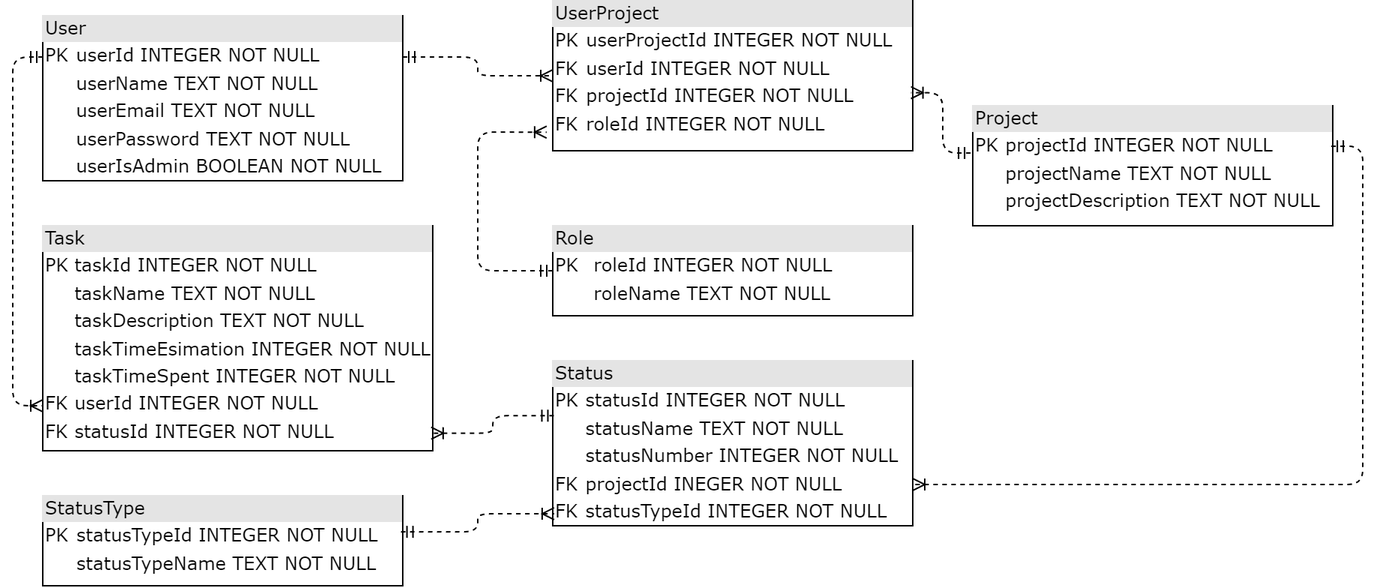
aVorotnikov/thunder_board keeps this draw.io diagram as docs/database.png. Above is the earlier version. Source tidied: cells renumbered, new cells last; positions are measured from the earlier drawing's top-left corner, leaving out a move shared by most shapes.
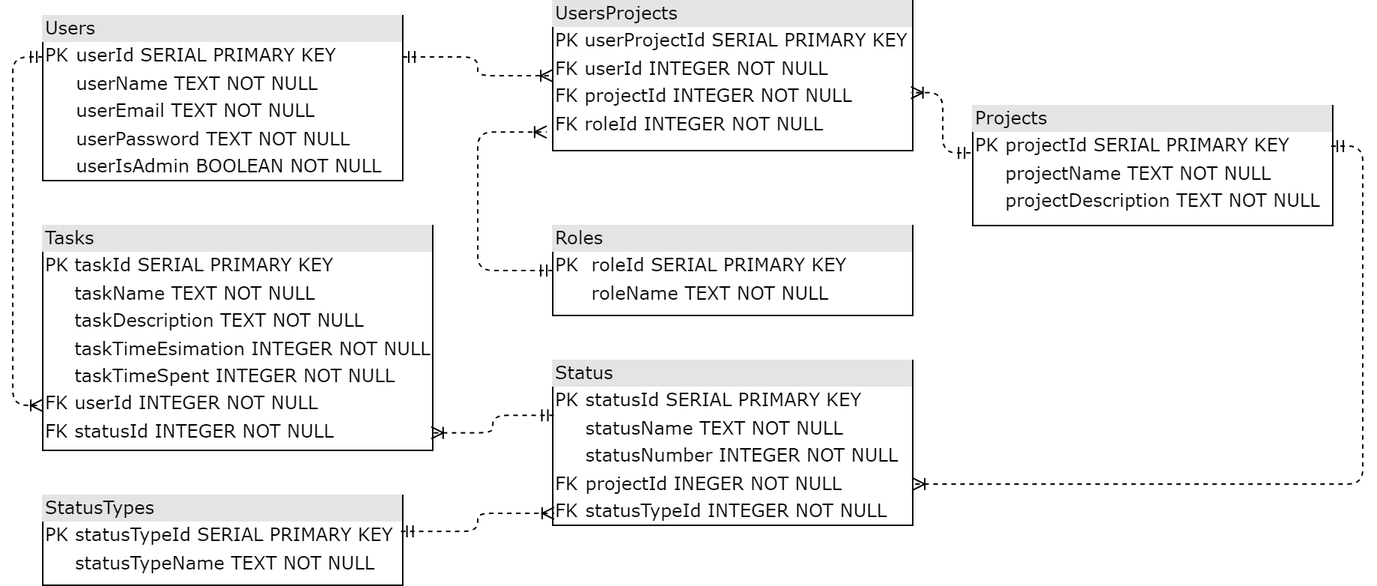
Above is the later version.

Commit message:
Обновлена схема

Diff of the diagram source:
```diff
@@ -2,13 +2,13 @@
   <root>
     <mxCell id="0" />
     <mxCell id="1" parent="0" />
-    <mxCell id="2" value="&lt;div style=&quot;box-sizing: border-box ; width: 100% ; background: #e4e4e4 ; padding: 2px&quot;&gt;User&lt;/div&gt;&lt;table style=&quot;width: 100% ; font-size: 1em&quot; cellpadding=&quot;2&quot; cellspacing=&quot;0&quot;&gt;&lt;tbody&gt;&lt;tr&gt;&lt;td&gt;PK&lt;/td&gt;&lt;td&gt;userId INTEGER NOT NULL&lt;/td&gt;&lt;/tr&gt;&lt;tr&gt;&lt;td&gt;&lt;br&gt;&lt;/td&gt;&lt;td&gt;userName TEXT NOT NULL&lt;/td&gt;&lt;/tr&gt;&lt;tr&gt;&lt;td&gt;&lt;br&gt;&lt;/td&gt;&lt;td&gt;userEmail TEXT NOT NULL&lt;/td&gt;&lt;/tr&gt;&lt;tr&gt;&lt;td&gt;&lt;/td&gt;&lt;td&gt;userPassword TEXT NOT NULL&lt;/td&gt;&lt;/tr&gt;&lt;tr&gt;&lt;td&gt;&lt;br&gt;&lt;/td&gt;&lt;td&gt;userIsAdmin BOOLEAN NOT NULL&lt;br&gt;&lt;/td&gt;&lt;/tr&gt;&lt;/tbody&gt;&lt;/table&gt;" style="verticalAlign=top;align=left;overflow=fill;html=1;rounded=0;shadow=0;comic=0;labelBackgroundColor=none;strokeWidth=1;fontFamily=Verdana;fontSize=12;" parent="1" vertex="1">
+    <mxCell id="2" value="&lt;div style=&quot;box-sizing: border-box ; width: 100% ; background: #e4e4e4 ; padding: 2px&quot;&gt;Users&lt;/div&gt;&lt;table style=&quot;width: 100% ; font-size: 1em&quot; cellpadding=&quot;2&quot; cellspacing=&quot;0&quot;&gt;&lt;tbody&gt;&lt;tr&gt;&lt;td&gt;PK&lt;/td&gt;&lt;td&gt;userId&amp;nbsp;SERIAL PRIMARY KEY&lt;/td&gt;&lt;/tr&gt;&lt;tr&gt;&lt;td&gt;&lt;br&gt;&lt;/td&gt;&lt;td&gt;userName TEXT NOT NULL&lt;/td&gt;&lt;/tr&gt;&lt;tr&gt;&lt;td&gt;&lt;br&gt;&lt;/td&gt;&lt;td&gt;userEmail TEXT NOT NULL&lt;/td&gt;&lt;/tr&gt;&lt;tr&gt;&lt;td&gt;&lt;/td&gt;&lt;td&gt;userPassword TEXT NOT NULL&lt;/td&gt;&lt;/tr&gt;&lt;tr&gt;&lt;td&gt;&lt;br&gt;&lt;/td&gt;&lt;td&gt;userIsAdmin BOOLEAN NOT NULL&lt;br&gt;&lt;/td&gt;&lt;/tr&gt;&lt;/tbody&gt;&lt;/table&gt;" style="verticalAlign=top;align=left;overflow=fill;html=1;rounded=0;shadow=0;comic=0;labelBackgroundColor=none;strokeWidth=1;fontFamily=Verdana;fontSize=12;" parent="1" vertex="1">
       <mxGeometry x="20" y="10" width="240" height="110" as="geometry" />
     </mxCell>
-    <mxCell id="3" value="&lt;div style=&quot;box-sizing: border-box ; width: 100% ; background: #e4e4e4 ; padding: 2px&quot;&gt;Project&lt;/div&gt;&lt;table style=&quot;width: 100% ; font-size: 1em&quot; cellpadding=&quot;2&quot; cellspacing=&quot;0&quot;&gt;&lt;tbody&gt;&lt;tr&gt;&lt;td&gt;PK&lt;/td&gt;&lt;td&gt;projectId INTEGER NOT NULL&lt;/td&gt;&lt;/tr&gt;&lt;tr&gt;&lt;td&gt;&lt;br&gt;&lt;/td&gt;&lt;td&gt;projectName TEXT NOT NULL&lt;/td&gt;&lt;/tr&gt;&lt;tr&gt;&lt;td&gt;&lt;/td&gt;&lt;td&gt;projectDescription TEXT NOT NULL&lt;/td&gt;&lt;/tr&gt;&lt;tr&gt;&lt;td&gt;&lt;br&gt;&lt;/td&gt;&lt;td&gt;&lt;br&gt;&lt;/td&gt;&lt;/tr&gt;&lt;/tbody&gt;&lt;/table&gt;" style="verticalAlign=top;align=left;overflow=fill;html=1;rounded=0;shadow=0;comic=0;labelBackgroundColor=none;strokeWidth=1;fontFamily=Verdana;fontSize=12;" parent="1" vertex="1">
+    <mxCell id="3" value="&lt;div style=&quot;box-sizing: border-box ; width: 100% ; background: #e4e4e4 ; padding: 2px&quot;&gt;Projects&lt;/div&gt;&lt;table style=&quot;width: 100% ; font-size: 1em&quot; cellpadding=&quot;2&quot; cellspacing=&quot;0&quot;&gt;&lt;tbody&gt;&lt;tr&gt;&lt;td&gt;PK&lt;/td&gt;&lt;td&gt;projectId SERIAL PRIMARY KEY&lt;/td&gt;&lt;/tr&gt;&lt;tr&gt;&lt;td&gt;&lt;br&gt;&lt;/td&gt;&lt;td&gt;projectName TEXT NOT NULL&lt;/td&gt;&lt;/tr&gt;&lt;tr&gt;&lt;td&gt;&lt;/td&gt;&lt;td&gt;projectDescription TEXT NOT NULL&lt;/td&gt;&lt;/tr&gt;&lt;tr&gt;&lt;td&gt;&lt;br&gt;&lt;/td&gt;&lt;td&gt;&lt;br&gt;&lt;/td&gt;&lt;/tr&gt;&lt;/tbody&gt;&lt;/table&gt;" style="verticalAlign=top;align=left;overflow=fill;html=1;rounded=0;shadow=0;comic=0;labelBackgroundColor=none;strokeWidth=1;fontFamily=Verdana;fontSize=12;" parent="1" vertex="1">
       <mxGeometry x="640" y="70" width="240" height="80" as="geometry" />
     </mxCell>
-    <mxCell id="4" value="&lt;div style=&quot;box-sizing: border-box ; width: 100% ; background: #e4e4e4 ; padding: 2px&quot;&gt;UserProject&lt;/div&gt;&lt;table style=&quot;width: 100% ; font-size: 1em&quot; cellpadding=&quot;2&quot; cellspacing=&quot;0&quot;&gt;&lt;tbody&gt;&lt;tr&gt;&lt;td&gt;PK&lt;/td&gt;&lt;td&gt;userProjectId INTEGER NOT NULL&lt;/td&gt;&lt;/tr&gt;&lt;tr&gt;&lt;td&gt;FK&lt;/td&gt;&lt;td&gt;userId INTEGER NOT NULL&lt;/td&gt;&lt;/tr&gt;&lt;tr&gt;&lt;td&gt;FK&lt;/td&gt;&lt;td&gt;projectId INTEGER NOT NULL&lt;/td&gt;&lt;/tr&gt;&lt;tr&gt;&lt;td&gt;FK&lt;br&gt;&lt;/td&gt;&lt;td&gt;roleId INTEGER NOT NULL&lt;br&gt;&lt;/td&gt;&lt;/tr&gt;&lt;/tbody&gt;&lt;/table&gt;" style="verticalAlign=top;align=left;overflow=fill;html=1;rounded=0;shadow=0;comic=0;labelBackgroundColor=none;strokeWidth=1;fontFamily=Verdana;fontSize=12;" parent="1" vertex="1">
+    <mxCell id="4" value="&lt;div style=&quot;box-sizing: border-box ; width: 100% ; background: #e4e4e4 ; padding: 2px&quot;&gt;UsersProjects&lt;/div&gt;&lt;table style=&quot;width: 100% ; font-size: 1em&quot; cellpadding=&quot;2&quot; cellspacing=&quot;0&quot;&gt;&lt;tbody&gt;&lt;tr&gt;&lt;td&gt;PK&lt;/td&gt;&lt;td&gt;userProjectId SERIAL PRIMARY KEY&lt;/td&gt;&lt;/tr&gt;&lt;tr&gt;&lt;td&gt;FK&lt;/td&gt;&lt;td&gt;userId INTEGER NOT NULL&lt;/td&gt;&lt;/tr&gt;&lt;tr&gt;&lt;td&gt;FK&lt;/td&gt;&lt;td&gt;projectId INTEGER NOT NULL&lt;/td&gt;&lt;/tr&gt;&lt;tr&gt;&lt;td&gt;FK&lt;br&gt;&lt;/td&gt;&lt;td&gt;roleId INTEGER NOT NULL&lt;br&gt;&lt;/td&gt;&lt;/tr&gt;&lt;/tbody&gt;&lt;/table&gt;" style="verticalAlign=top;align=left;overflow=fill;html=1;rounded=0;shadow=0;comic=0;labelBackgroundColor=none;strokeWidth=1;fontFamily=Verdana;fontSize=12;" parent="1" vertex="1">
       <mxGeometry x="360" width="240" height="100" as="geometry" />
     </mxCell>
     <mxCell id="5" style="edgeStyle=orthogonalEdgeStyle;html=1;dashed=1;labelBackgroundColor=none;startArrow=ERmandOne;endArrow=ERoneToMany;fontFamily=Verdana;fontSize=12;align=left;entryX=0;entryY=0.5;entryDx=0;entryDy=0;exitX=1;exitY=0.25;exitDx=0;exitDy=0;" parent="1" edge="1" source="2" target="4">
@@ -17,7 +17,7 @@
     <mxCell id="6" style="edgeStyle=orthogonalEdgeStyle;html=1;dashed=1;labelBackgroundColor=none;startArrow=ERmandOne;endArrow=ERoneToMany;fontFamily=Verdana;fontSize=12;align=left;entryX=0.995;entryY=0.613;entryDx=0;entryDy=0;exitX=-0.006;exitY=0.394;exitDx=0;exitDy=0;exitPerimeter=0;entryPerimeter=0;" parent="1" edge="1" source="3" target="4">
       <mxGeometry relative="1" as="geometry" />
     </mxCell>
-    <mxCell id="7" value="&lt;div style=&quot;box-sizing: border-box ; width: 100% ; background: #e4e4e4 ; padding: 2px&quot;&gt;Role&lt;/div&gt;&lt;table style=&quot;width: 100% ; font-size: 1em&quot; cellpadding=&quot;2&quot; cellspacing=&quot;0&quot;&gt;&lt;tbody&gt;&lt;tr&gt;&lt;td&gt;PK&lt;/td&gt;&lt;td&gt;roleId INTEGER NOT NULL&lt;/td&gt;&lt;/tr&gt;&lt;tr&gt;&lt;td&gt;&lt;br&gt;&lt;/td&gt;&lt;td&gt;roleName TEXT NOT NULL&lt;/td&gt;&lt;/tr&gt;&lt;tr&gt;&lt;td&gt;&lt;/td&gt;&lt;td&gt;&lt;/td&gt;&lt;/tr&gt;&lt;/tbody&gt;&lt;/table&gt;" style="verticalAlign=top;align=left;overflow=fill;html=1;rounded=0;shadow=0;comic=0;labelBackgroundColor=none;strokeWidth=1;fontFamily=Verdana;fontSize=12;" parent="1" vertex="1">
+    <mxCell id="7" value="&lt;div style=&quot;box-sizing: border-box ; width: 100% ; background: #e4e4e4 ; padding: 2px&quot;&gt;Roles&lt;/div&gt;&lt;table style=&quot;width: 100% ; font-size: 1em&quot; cellpadding=&quot;2&quot; cellspacing=&quot;0&quot;&gt;&lt;tbody&gt;&lt;tr&gt;&lt;td&gt;PK&lt;/td&gt;&lt;td&gt;roleId SERIAL PRIMARY KEY&lt;/td&gt;&lt;/tr&gt;&lt;tr&gt;&lt;td&gt;&lt;br&gt;&lt;/td&gt;&lt;td&gt;roleName TEXT NOT NULL&lt;/td&gt;&lt;/tr&gt;&lt;tr&gt;&lt;td&gt;&lt;/td&gt;&lt;td&gt;&lt;/td&gt;&lt;/tr&gt;&lt;/tbody&gt;&lt;/table&gt;" style="verticalAlign=top;align=left;overflow=fill;html=1;rounded=0;shadow=0;comic=0;labelBackgroundColor=none;strokeWidth=1;fontFamily=Verdana;fontSize=12;" parent="1" vertex="1">
       <mxGeometry x="360" y="150" width="240" height="60" as="geometry" />
     </mxCell>
     <mxCell id="8" style="edgeStyle=orthogonalEdgeStyle;html=1;dashed=1;labelBackgroundColor=none;startArrow=ERmandOne;endArrow=ERoneToMany;fontFamily=Verdana;fontSize=12;align=left;entryX=-0.017;entryY=0.876;entryDx=0;entryDy=0;exitX=0;exitY=0.5;exitDx=0;exitDy=0;entryPerimeter=0;" parent="1" edge="1" source="7" target="4">
@@ -28,7 +28,7 @@
         </Array>
       </mxGeometry>
     </mxCell>
-    <mxCell id="9" value="&lt;div style=&quot;box-sizing: border-box ; width: 100% ; background: #e4e4e4 ; padding: 2px&quot;&gt;Task&lt;/div&gt;&lt;table style=&quot;width: 100% ; font-size: 1em&quot; cellpadding=&quot;2&quot; cellspacing=&quot;0&quot;&gt;&lt;tbody&gt;&lt;tr&gt;&lt;td&gt;PK&lt;/td&gt;&lt;td&gt;taskId INTEGER NOT NULL&lt;/td&gt;&lt;/tr&gt;&lt;tr&gt;&lt;td&gt;&lt;br&gt;&lt;/td&gt;&lt;td&gt;taskName TEXT NOT NULL&lt;/td&gt;&lt;/tr&gt;&lt;tr&gt;&lt;td&gt;&lt;/td&gt;&lt;td&gt;taskDescription TEXT NOT NULL&lt;br&gt;&lt;/td&gt;&lt;/tr&gt;&lt;tr&gt;&lt;td&gt;&lt;br&gt;&lt;/td&gt;&lt;td&gt;taskTimeEsimation INTEGER NOT NULL&lt;br&gt;&lt;/td&gt;&lt;/tr&gt;&lt;tr&gt;&lt;td&gt;&lt;br&gt;&lt;/td&gt;&lt;td&gt;taskTimeSpent INTEGER NOT NULL&lt;br&gt;&lt;/td&gt;&lt;/tr&gt;&lt;tr&gt;&lt;td&gt;FK&lt;/td&gt;&lt;td&gt;userId INTEGER NOT NULL&lt;/td&gt;&lt;/tr&gt;&lt;tr&gt;&lt;td&gt;FK&lt;/td&gt;&lt;td&gt;statusId INTEGER NOT NULL&lt;/td&gt;&lt;/tr&gt;&lt;/tbody&gt;&lt;/table&gt;" style="verticalAlign=top;align=left;overflow=fill;html=1;rounded=0;shadow=0;comic=0;labelBackgroundColor=none;strokeWidth=1;fontFamily=Verdana;fontSize=12;" parent="1" vertex="1">
+    <mxCell id="9" value="&lt;div style=&quot;box-sizing: border-box ; width: 100% ; background: #e4e4e4 ; padding: 2px&quot;&gt;Tasks&lt;/div&gt;&lt;table style=&quot;width: 100% ; font-size: 1em&quot; cellpadding=&quot;2&quot; cellspacing=&quot;0&quot;&gt;&lt;tbody&gt;&lt;tr&gt;&lt;td&gt;PK&lt;/td&gt;&lt;td&gt;taskId SERIAL PRIMARY KEY&lt;/td&gt;&lt;/tr&gt;&lt;tr&gt;&lt;td&gt;&lt;br&gt;&lt;/td&gt;&lt;td&gt;taskName TEXT NOT NULL&lt;/td&gt;&lt;/tr&gt;&lt;tr&gt;&lt;td&gt;&lt;/td&gt;&lt;td&gt;taskDescription TEXT NOT NULL&lt;br&gt;&lt;/td&gt;&lt;/tr&gt;&lt;tr&gt;&lt;td&gt;&lt;br&gt;&lt;/td&gt;&lt;td&gt;taskTimeEsimation INTEGER NOT NULL&lt;br&gt;&lt;/td&gt;&lt;/tr&gt;&lt;tr&gt;&lt;td&gt;&lt;br&gt;&lt;/td&gt;&lt;td&gt;taskTimeSpent INTEGER NOT NULL&lt;br&gt;&lt;/td&gt;&lt;/tr&gt;&lt;tr&gt;&lt;td&gt;FK&lt;/td&gt;&lt;td&gt;userId INTEGER NOT NULL&lt;/td&gt;&lt;/tr&gt;&lt;tr&gt;&lt;td&gt;FK&lt;/td&gt;&lt;td&gt;statusId INTEGER NOT NULL&lt;/td&gt;&lt;/tr&gt;&lt;/tbody&gt;&lt;/table&gt;" style="verticalAlign=top;align=left;overflow=fill;html=1;rounded=0;shadow=0;comic=0;labelBackgroundColor=none;strokeWidth=1;fontFamily=Verdana;fontSize=12;" parent="1" vertex="1">
       <mxGeometry x="20" y="150" width="260" height="150" as="geometry" />
     </mxCell>
     <mxCell id="10" style="edgeStyle=orthogonalEdgeStyle;html=1;dashed=1;labelBackgroundColor=none;startArrow=ERmandOne;endArrow=ERoneToMany;fontFamily=Verdana;fontSize=12;align=left;exitX=0;exitY=0.25;exitDx=0;exitDy=0;" parent="1" edge="1" source="2" target="9">
@@ -39,10 +39,10 @@
         </Array>
       </mxGeometry>
     </mxCell>
-    <mxCell id="11" value="&lt;div style=&quot;box-sizing: border-box ; width: 100% ; background: #e4e4e4 ; padding: 2px&quot;&gt;Status&lt;/div&gt;&lt;table style=&quot;width: 100% ; font-size: 1em&quot; cellpadding=&quot;2&quot; cellspacing=&quot;0&quot;&gt;&lt;tbody&gt;&lt;tr&gt;&lt;td&gt;PK&lt;/td&gt;&lt;td&gt;statusId INTEGER NOT NULL&lt;/td&gt;&lt;/tr&gt;&lt;tr&gt;&lt;td&gt;&lt;br&gt;&lt;/td&gt;&lt;td&gt;statusName TEXT NOT NULL&lt;/td&gt;&lt;/tr&gt;&lt;tr&gt;&lt;td&gt;&lt;br&gt;&lt;/td&gt;&lt;td&gt;statusNumber INTEGER NOT NULL&lt;/td&gt;&lt;/tr&gt;&lt;tr&gt;&lt;td&gt;FK&lt;/td&gt;&lt;td&gt;projectId INEGER NOT NULL&lt;/td&gt;&lt;/tr&gt;&lt;tr&gt;&lt;td&gt;FK&lt;/td&gt;&lt;td&gt;statusTypeId INTEGER NOT NULL&lt;/td&gt;&lt;/tr&gt;&lt;/tbody&gt;&lt;/table&gt;" style="verticalAlign=top;align=left;overflow=fill;html=1;rounded=0;shadow=0;comic=0;labelBackgroundColor=none;strokeWidth=1;fontFamily=Verdana;fontSize=12;" parent="1" vertex="1">
+    <mxCell id="11" value="&lt;div style=&quot;box-sizing: border-box ; width: 100% ; background: #e4e4e4 ; padding: 2px&quot;&gt;Status&lt;/div&gt;&lt;table style=&quot;width: 100% ; font-size: 1em&quot; cellpadding=&quot;2&quot; cellspacing=&quot;0&quot;&gt;&lt;tbody&gt;&lt;tr&gt;&lt;td&gt;PK&lt;/td&gt;&lt;td&gt;statusId SERIAL PRIMARY KEY&lt;/td&gt;&lt;/tr&gt;&lt;tr&gt;&lt;td&gt;&lt;br&gt;&lt;/td&gt;&lt;td&gt;statusName TEXT NOT NULL&lt;/td&gt;&lt;/tr&gt;&lt;tr&gt;&lt;td&gt;&lt;br&gt;&lt;/td&gt;&lt;td&gt;statusNumber INTEGER NOT NULL&lt;/td&gt;&lt;/tr&gt;&lt;tr&gt;&lt;td&gt;FK&lt;/td&gt;&lt;td&gt;projectId INEGER NOT NULL&lt;/td&gt;&lt;/tr&gt;&lt;tr&gt;&lt;td&gt;FK&lt;/td&gt;&lt;td&gt;statusTypeId INTEGER NOT NULL&lt;/td&gt;&lt;/tr&gt;&lt;/tbody&gt;&lt;/table&gt;" style="verticalAlign=top;align=left;overflow=fill;html=1;rounded=0;shadow=0;comic=0;labelBackgroundColor=none;strokeWidth=1;fontFamily=Verdana;fontSize=12;" parent="1" vertex="1">
       <mxGeometry x="360" y="240" width="240" height="110" as="geometry" />
     </mxCell>
-    <mxCell id="12" value="&lt;div style=&quot;box-sizing: border-box ; width: 100% ; background: #e4e4e4 ; padding: 2px&quot;&gt;StatusType&lt;/div&gt;&lt;table style=&quot;width: 100% ; font-size: 1em&quot; cellpadding=&quot;2&quot; cellspacing=&quot;0&quot;&gt;&lt;tbody&gt;&lt;tr&gt;&lt;td&gt;PK&lt;/td&gt;&lt;td&gt;statusTypeId INTEGER NOT NULL&lt;/td&gt;&lt;/tr&gt;&lt;tr&gt;&lt;td&gt;&lt;br&gt;&lt;/td&gt;&lt;td&gt;statusTypeName TEXT NOT NULL&lt;/td&gt;&lt;/tr&gt;&lt;tr&gt;&lt;td&gt;&lt;/td&gt;&lt;td&gt;&lt;/td&gt;&lt;/tr&gt;&lt;/tbody&gt;&lt;/table&gt;" style="verticalAlign=top;align=left;overflow=fill;html=1;rounded=0;shadow=0;comic=0;labelBackgroundColor=none;strokeWidth=1;fontFamily=Verdana;fontSize=12;" parent="1" vertex="1">
+    <mxCell id="12" value="&lt;div style=&quot;box-sizing: border-box ; width: 100% ; background: #e4e4e4 ; padding: 2px&quot;&gt;StatusTypes&lt;/div&gt;&lt;table style=&quot;width: 100% ; font-size: 1em&quot; cellpadding=&quot;2&quot; cellspacing=&quot;0&quot;&gt;&lt;tbody&gt;&lt;tr&gt;&lt;td&gt;PK&lt;/td&gt;&lt;td&gt;statusTypeId SERIAL PRIMARY KEY&lt;/td&gt;&lt;/tr&gt;&lt;tr&gt;&lt;td&gt;&lt;br&gt;&lt;/td&gt;&lt;td&gt;statusTypeName TEXT NOT NULL&lt;/td&gt;&lt;/tr&gt;&lt;tr&gt;&lt;td&gt;&lt;/td&gt;&lt;td&gt;&lt;/td&gt;&lt;/tr&gt;&lt;/tbody&gt;&lt;/table&gt;" style="verticalAlign=top;align=left;overflow=fill;html=1;rounded=0;shadow=0;comic=0;labelBackgroundColor=none;strokeWidth=1;fontFamily=Verdana;fontSize=12;" parent="1" vertex="1">
       <mxGeometry x="20" y="330" width="240" height="60" as="geometry" />
     </mxCell>
     <mxCell id="13" style="edgeStyle=orthogonalEdgeStyle;html=1;dashed=1;labelBackgroundColor=none;startArrow=ERmandOne;endArrow=ERoneToMany;fontFamily=Verdana;fontSize=12;align=left;entryX=0.004;entryY=0.927;entryDx=0;entryDy=0;entryPerimeter=0;exitX=0.995;exitY=0.401;exitDx=0;exitDy=0;exitPerimeter=0;" parent="1" edge="1" source="12" target="11">
```
